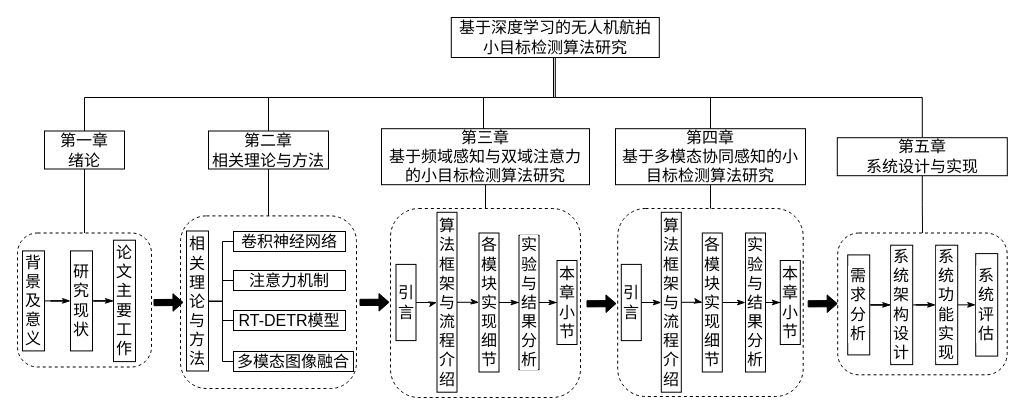
Before: DrawIO_file/毕业论文画图/章节安排结构图.drawio in DingDongZz/typera_PicGO, a draw.io diagram. Source tidied: cells renumbered, new cells numbered last; positions are measured from the earlier drawing's top-left corner, leaving out a move shared by most shapes. Both pictures are drawn from the tidied source at 100%, with x=0, y=0 at pixel (17, 17).
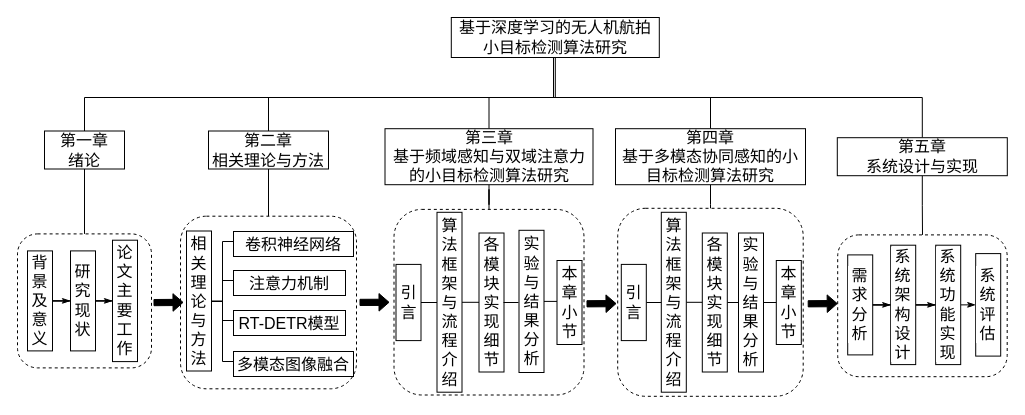
After the change.

Commit message:
更新章节安排结构图.drawio

The change refers to these unchanged cells:
```xml
<mxCell id="7" value="基于深度学习的无人机航拍小目标检测算法研究" style="rounded=0;whiteSpace=wrap;html=1;fontFamily=宋体;fontSize=16;" parent="1" vertex="1">
  <mxGeometry x="433.8" width="208" height="40" as="geometry" />
</mxCell>
```

Change to the diagram source:
```diff
@@
     <mxCell id="3" style="edgeStyle=orthogonalEdgeStyle;shape=connector;rounded=0;jettySize=auto;html=1;entryX=0.5;entryY=0;entryDx=0;entryDy=0;strokeColor=default;align=center;verticalAlign=middle;fontFamily=宋体;fontSize=16;fontColor=default;labelBackgroundColor=default;startFill=0;endArrow=none;" parent="1" edge="1" source="7" target="13">
       <mxGeometry relative="1" as="geometry">
         <Array as="points">
           <mxPoint x="536" y="80" />
-          <mxPoint x="466" y="80" />
-          <mxPoint x="466" y="111" />
+          <mxPoint x="472" y="80" />
+          <mxPoint x="472" y="111" />
         </Array>
       </mxGeometry>
     </mxCell>
@@
     <mxCell id="13" value="第三章&lt;div&gt;&lt;span style=&quot;background-color: rgb(255, 255, 255);&quot;&gt;基于频域感知与双域注意力的小目标检测算法研究&lt;/span&gt;&lt;/div&gt;" style="rounded=0;whiteSpace=wrap;html=1;fontFamily=宋体;fontSize=16;" parent="1" vertex="1">
-      <mxGeometry x="364" y="111.2" width="208" height="56" as="geometry" />
+      <mxGeometry x="367.5" y="111.2" width="208" height="56" as="geometry" />
     </mxCell>
@@
-    <mxCell id="18" style="group;fontFamily=宋体;fontSize=16;" parent="1" vertex="1">
-      <mxGeometry x="820.2" y="215.5" width="169.5" height="141.8" as="geometry" />
-    </mxCell>
-    <mxCell id="19" style="rounded=1;whiteSpace=wrap;html=1;fontFamily=宋体;fontSize=16;labelBackgroundColor=default;fillColor=none;dashed=1;" parent="18" vertex="1">
-      <mxGeometry width="169.5" height="141.8" as="geometry" />
-    </mxCell>
-    <mxCell id="20" style="edgeStyle=orthogonalEdgeStyle;shape=connector;rounded=0;jettySize=auto;html=1;entryX=0;entryY=0.5;entryDx=0;entryDy=0;strokeColor=default;align=center;verticalAlign=middle;fontFamily=宋体;fontSize=16;fontColor=default;labelBackgroundColor=default;startFill=0;endArrow=classicThin;endFill=1;" parent="18" edge="1" source="21" target="23">
-      <mxGeometry relative="1" as="geometry" />
-    </mxCell>
-    <mxCell id="21" value="需求分析" style="rounded=0;whiteSpace=wrap;html=1;fontFamily=宋体;fontSize=16;fontColor=default;labelBackgroundColor=default;horizontal=1;verticalAlign=middle;" parent="18" vertex="1">
-      <mxGeometry x="10" y="21.9" width="22" height="100" as="geometry" />
-    </mxCell>
-    <mxCell id="22" style="edgeStyle=orthogonalEdgeStyle;shape=connector;rounded=0;jettySize=auto;html=1;entryX=0;entryY=0.5;entryDx=0;entryDy=0;strokeColor=default;align=center;verticalAlign=middle;fontFamily=宋体;fontSize=16;fontColor=default;labelBackgroundColor=default;startFill=0;endArrow=classicThin;endFill=1;" parent="18" edge="1" source="23" target="25">
-      <mxGeometry relative="1" as="geometry" />
-    </mxCell>
-    <mxCell id="23" value="系统架构设计" style="rounded=0;whiteSpace=wrap;html=1;fontFamily=宋体;fontSize=16;fontColor=default;labelBackgroundColor=default;horizontal=1;verticalAlign=middle;" parent="18" vertex="1">
-      <mxGeometry x="53" y="12.2" width="22" height="119.4" as="geometry" />
-    </mxCell>
-    <mxCell id="24" style="shape=connector;rounded=0;jettySize=auto;html=1;entryX=0;entryY=0.5;entryDx=0;entryDy=0;strokeColor=default;align=center;verticalAlign=middle;fontFamily=宋体;fontSize=16;fontColor=default;labelBackgroundColor=default;startFill=0;endArrow=classicThin;endFill=1;" parent="18" edge="1" source="25" target="26">
-      <mxGeometry relative="1" as="geometry" />
-    </mxCell>
-    <mxCell id="25" value="系统功能实现" style="rounded=0;whiteSpace=wrap;html=1;fontFamily=宋体;fontSize=16;fontColor=default;labelBackgroundColor=default;horizontal=1;verticalAlign=middle;" parent="18" vertex="1">
-      <mxGeometry x="98" y="12.2" width="22" height="119.4" as="geometry" />
-    </mxCell>
-    <mxCell id="26" value="系统评估" style="rounded=0;whiteSpace=wrap;html=1;fontFamily=宋体;fontSize=16;fontColor=default;labelBackgroundColor=default;horizontal=1;verticalAlign=middle;" parent="18" vertex="1">
-      <mxGeometry x="138" y="20.6" width="22" height="102.5" as="geometry" />
-    </mxCell>
     <mxCell id="27" style="rounded=1;whiteSpace=wrap;html=1;fontFamily=宋体;fontSize=16;labelBackgroundColor=default;fillColor=none;dashed=1;" parent="1" vertex="1">
-      <mxGeometry x="600.2" y="191" width="185.5" height="188" as="geometry" />
+      <mxGeometry x="600.2" y="190.8" width="185.5" height="188" as="geometry" />
     </mxCell>
@@
     <mxCell id="29" value="引言" style="rounded=0;whiteSpace=wrap;html=1;fontFamily=宋体;fontSize=16;fontColor=default;labelBackgroundColor=default;horizontal=1;verticalAlign=middle;" parent="1" vertex="1">
-      <mxGeometry x="603.8" y="246.9" width="20" height="76.2" as="geometry" />
+      <mxGeometry x="603.8" y="246.9" width="25" height="76.2" as="geometry" />
     </mxCell>
@@
     <mxCell id="31" value="&lt;span&gt;算法框架与流程介绍&lt;/span&gt;" style="rounded=0;whiteSpace=wrap;html=1;fontFamily=宋体;fontSize=16;fontColor=default;labelBackgroundColor=default;horizontal=1;verticalAlign=middle;" parent="1" vertex="1">
-      <mxGeometry x="643.8" y="194.8" width="20" height="179.9" as="geometry" />
+      <mxGeometry x="643.8" y="194.8" width="25" height="179.9" as="geometry" />
     </mxCell>
-    <mxCell id="32" style="edgeStyle=orthogonalEdgeStyle;shape=connector;rounded=0;jettySize=auto;html=1;entryX=0;entryY=0.5;entryDx=0;entryDy=0;strokeColor=default;align=center;verticalAlign=middle;fontFamily=宋体;fontSize=16;fontColor=default;labelBackgroundColor=default;startFill=0;endArrow=classicThin;endFill=1;" parent="1" edge="1" source="33" target="34">
+    <mxCell id="32" style="edgeStyle=orthogonalEdgeStyle;shape=connector;rounded=0;jettySize=auto;html=1;entryX=0;entryY=0.5;entryDx=0;entryDy=0;strokeColor=default;align=center;verticalAlign=middle;fontFamily=宋体;fontSize=16;fontColor=default;labelBackgroundColor=default;startFill=0;endArrow=none;endFill=1;" parent="1" edge="1" source="33" target="34">
       <mxGeometry relative="1" as="geometry" />
     </mxCell>
     <mxCell id="33" value="&lt;span&gt;实验与结果分析&lt;/span&gt;" style="rounded=0;whiteSpace=wrap;html=1;fontFamily=宋体;fontSize=16;fontColor=default;labelBackgroundColor=default;horizontal=1;verticalAlign=middle;" parent="1" vertex="1">
-      <mxGeometry x="728" y="215.5" width="20" height="139" as="geometry" />
+      <mxGeometry x="721" y="215.5" width="25" height="139" as="geometry" />
     </mxCell>
     <mxCell id="34" value="&lt;span&gt;本章小节&lt;/span&gt;" style="rounded=0;whiteSpace=wrap;html=1;fontFamily=宋体;fontSize=16;fontColor=default;labelBackgroundColor=default;horizontal=1;verticalAlign=middle;" parent="1" vertex="1">
-      <mxGeometry x="762.8" y="243" width="20" height="84" as="geometry" />
+      <mxGeometry x="758.8" y="243" width="25" height="84" as="geometry" />
     </mxCell>
-    <mxCell id="35" style="edgeStyle=orthogonalEdgeStyle;shape=connector;rounded=0;jettySize=auto;html=1;entryX=0;entryY=0.5;entryDx=0;entryDy=0;strokeColor=default;align=center;verticalAlign=middle;fontFamily=宋体;fontSize=16;fontColor=default;labelBackgroundColor=default;startFill=0;endArrow=classicThin;endFill=1;" parent="1" edge="1" source="36" target="33">
+    <mxCell id="35" style="shape=connector;rounded=0;jettySize=auto;html=1;entryX=0;entryY=0.5;entryDx=0;entryDy=0;strokeColor=default;align=center;verticalAlign=middle;fontFamily=宋体;fontSize=16;fontColor=default;labelBackgroundColor=default;startFill=0;endArrow=none;endFill=1;" parent="1" edge="1" source="36" target="33">
       <mxGeometry relative="1" as="geometry" />
     </mxCell>
     <mxCell id="36" value="各模块实现细节" style="rounded=0;whiteSpace=wrap;html=1;fontFamily=宋体;fontSize=16;fontColor=default;labelBackgroundColor=default;horizontal=1;verticalAlign=middle;" parent="1" vertex="1">
-      <mxGeometry x="684.8" y="215.5" width="20" height="139" as="geometry" />
+      <mxGeometry x="684.8" y="215.5" width="25" height="139" as="geometry" />
     </mxCell>
@@
     <mxCell id="42" value="背景及意义" style="rounded=0;whiteSpace=wrap;html=1;fontFamily=宋体;fontSize=16;fontColor=default;labelBackgroundColor=default;horizontal=1;verticalAlign=middle;" parent="1" vertex="1">
-      <mxGeometry x="5" y="233.4" width="22" height="100" as="geometry" />
+      <mxGeometry x="10" y="233.4" width="25" height="100" as="geometry" />
     </mxCell>
@@
     <mxCell id="44" value="研究现状" style="rounded=0;whiteSpace=wrap;html=1;fontFamily=宋体;fontSize=16;fontColor=default;labelBackgroundColor=default;horizontal=1;verticalAlign=middle;" parent="1" vertex="1">
-      <mxGeometry x="53" y="233.4" width="22" height="100" as="geometry" />
+      <mxGeometry x="53" y="233.4" width="25" height="100" as="geometry" />
     </mxCell>
     <mxCell id="45" value="论文主要工作" style="rounded=0;whiteSpace=wrap;html=1;fontFamily=宋体;fontSize=16;fontColor=default;labelBackgroundColor=default;horizontal=1;verticalAlign=middle;" parent="1" vertex="1">
-      <mxGeometry x="96" y="222.7" width="22" height="121.4" as="geometry" />
+      <mxGeometry x="95" y="222.7" width="25" height="121.4" as="geometry" />
     </mxCell>
     <mxCell id="46" style="rounded=1;whiteSpace=wrap;html=1;fontFamily=宋体;fontSize=16;labelBackgroundColor=default;fillColor=none;dashed=1;" parent="1" vertex="1">
-      <mxGeometry y="215.5" width="134" height="134" as="geometry" />
+      <mxGeometry y="216.4" width="134" height="134" as="geometry" />
     </mxCell>
@@
     <mxCell id="51" value="相关理论与方法" style="rounded=0;whiteSpace=wrap;html=1;fontFamily=宋体;fontSize=16;fontColor=default;labelBackgroundColor=default;horizontal=1;verticalAlign=middle;" parent="1" vertex="1">
-      <mxGeometry x="169" y="213.5" width="22" height="140" as="geometry" />
+      <mxGeometry x="169" y="213.5" width="25" height="140" as="geometry" />
     </mxCell>
     <mxCell id="52" value="卷积神经网络" style="rounded=0;whiteSpace=wrap;html=1;fontFamily=宋体;fontSize=16;fontColor=default;labelBackgroundColor=default;" parent="1" vertex="1">
-      <mxGeometry x="216" y="214" width="112" height="20" as="geometry" />
+      <mxGeometry x="216" y="214" width="120" height="25" as="geometry" />
     </mxCell>
     <mxCell id="53" value="注意力机制" style="rounded=0;whiteSpace=wrap;html=1;fontFamily=宋体;fontSize=16;fontColor=default;labelBackgroundColor=default;" parent="1" vertex="1">
-      <mxGeometry x="216" y="253" width="112" height="20" as="geometry" />
+      <mxGeometry x="216" y="253" width="112" height="25" as="geometry" />
     </mxCell>
     <mxCell id="54" value="RT-DETR模型" style="rounded=0;whiteSpace=wrap;html=1;fontFamily=宋体;fontSize=16;fontColor=default;labelBackgroundColor=default;" parent="1" vertex="1">
-      <mxGeometry x="216" y="293" width="112" height="20" as="geometry" />
+      <mxGeometry x="216" y="293" width="112" height="25" as="geometry" />
     </mxCell>
     <mxCell id="55" value="多模态图像融合" style="rounded=0;whiteSpace=wrap;html=1;fontFamily=宋体;fontSize=16;fontColor=default;labelBackgroundColor=default;" parent="1" vertex="1">
-      <mxGeometry x="216" y="334" width="120" height="20" as="geometry" />
+      <mxGeometry x="216" y="334" width="120" height="25" as="geometry" />
     </mxCell>
@@
     <mxCell id="57" style="rounded=1;whiteSpace=wrap;html=1;fontFamily=宋体;fontSize=16;labelBackgroundColor=default;fillColor=none;dashed=1;" parent="1" vertex="1">
-      <mxGeometry x="163" y="198.4" width="176" height="172.6" as="geometry" />
+      <mxGeometry x="163" y="198.7" width="176" height="172.6" as="geometry" />
     </mxCell>
     <mxCell id="58" style="rounded=1;whiteSpace=wrap;html=1;fontFamily=宋体;fontSize=16;labelBackgroundColor=default;fillColor=none;dashed=1;" parent="1" vertex="1">
-      <mxGeometry x="373" y="191" width="190" height="189" as="geometry" />
+      <mxGeometry x="376.5" y="191.9" width="190" height="185.6" as="geometry" />
     </mxCell>
@@
     <mxCell id="60" value="引言" style="rounded=0;whiteSpace=wrap;html=1;fontFamily=宋体;fontSize=16;fontColor=default;labelBackgroundColor=default;horizontal=1;verticalAlign=middle;" parent="1" vertex="1">
-      <mxGeometry x="378.5" y="246.9" width="20" height="76.2" as="geometry" />
+      <mxGeometry x="378.5" y="246.9" width="25" height="76.2" as="geometry" />
     </mxCell>
@@
     <mxCell id="62" value="&lt;span&gt;算法框架与流程介绍&lt;/span&gt;" style="rounded=0;whiteSpace=wrap;html=1;fontFamily=宋体;fontSize=16;fontColor=default;labelBackgroundColor=default;horizontal=1;verticalAlign=middle;" parent="1" vertex="1">
-      <mxGeometry x="419.5" y="194.8" width="20" height="179.9" as="geometry" />
+      <mxGeometry x="419.5" y="194.8" width="25" height="179.9" as="geometry" />
     </mxCell>
@@
     <mxCell id="64" value="&lt;span&gt;实验与结果分析&lt;/span&gt;" style="rounded=0;whiteSpace=wrap;html=1;fontFamily=宋体;fontSize=16;fontColor=default;labelBackgroundColor=default;horizontal=1;verticalAlign=middle;" parent="1" vertex="1">
-      <mxGeometry x="501.5" y="217.8" width="20" height="134.4" as="geometry" />
+      <mxGeometry x="501.5" y="212.8" width="25" height="142.2" as="geometry" />
     </mxCell>
     <mxCell id="65" value="&lt;span&gt;本章小节&lt;/span&gt;" style="rounded=0;whiteSpace=wrap;html=1;fontFamily=宋体;fontSize=16;fontColor=default;labelBackgroundColor=default;horizontal=1;verticalAlign=middle;" parent="1" vertex="1">
-      <mxGeometry x="539.5" y="243" width="20" height="84" as="geometry" />
+      <mxGeometry x="539.5" y="243" width="25" height="84" as="geometry" />
     </mxCell>
-    <mxCell id="66" style="edgeStyle=orthogonalEdgeStyle;shape=connector;rounded=0;jettySize=auto;html=1;entryX=0;entryY=0.5;entryDx=0;entryDy=0;strokeColor=default;align=center;verticalAlign=middle;fontFamily=宋体;fontSize=16;fontColor=default;labelBackgroundColor=default;startFill=0;endArrow=classicThin;endFill=1;" parent="1" edge="1" source="67" target="64">
-      <mxGeometry relative="1" as="geometry" />
-    </mxCell>
     <mxCell id="67" value="各模块实现细节" style="rounded=0;whiteSpace=wrap;html=1;fontFamily=宋体;fontSize=16;fontColor=default;labelBackgroundColor=default;horizontal=1;verticalAlign=middle;" parent="1" vertex="1">
-      <mxGeometry x="461.5" y="215.5" width="20" height="139" as="geometry" />
+      <mxGeometry x="461.5" y="215.5" width="25" height="139" as="geometry" />
     </mxCell>
+    <mxCell id="19" style="rounded=1;whiteSpace=wrap;html=1;fontFamily=宋体;fontSize=16;labelBackgroundColor=default;fillColor=none;dashed=1;" parent="1" vertex="1">
+      <mxGeometry x="820.2" y="217.4" width="169.5" height="141.8" as="geometry" />
+    </mxCell>
+    <mxCell id="20" style="edgeStyle=orthogonalEdgeStyle;shape=connector;rounded=0;jettySize=auto;html=1;entryX=0;entryY=0.5;entryDx=0;entryDy=0;strokeColor=default;align=center;verticalAlign=middle;fontFamily=宋体;fontSize=16;fontColor=default;labelBackgroundColor=default;startFill=0;endArrow=classicThin;endFill=1;" parent="1" edge="1" source="21" target="23">
+      <mxGeometry relative="1" as="geometry" />
+    </mxCell>
+    <mxCell id="21" value="需求分析" style="rounded=0;whiteSpace=wrap;html=1;fontFamily=宋体;fontSize=16;fontColor=default;labelBackgroundColor=default;horizontal=1;verticalAlign=middle;" parent="1" vertex="1">
+      <mxGeometry x="830.2" y="237.4" width="25" height="100" as="geometry" />
+    </mxCell>
+    <mxCell id="22" style="edgeStyle=orthogonalEdgeStyle;shape=connector;rounded=0;jettySize=auto;html=1;entryX=0;entryY=0.5;entryDx=0;entryDy=0;strokeColor=default;align=center;verticalAlign=middle;fontFamily=宋体;fontSize=16;fontColor=default;labelBackgroundColor=default;startFill=0;endArrow=classicThin;endFill=1;" parent="1" edge="1" source="23" target="25">
+      <mxGeometry relative="1" as="geometry" />
+    </mxCell>
+    <mxCell id="23" value="系统架构设计" style="rounded=0;whiteSpace=wrap;html=1;fontFamily=宋体;fontSize=16;fontColor=default;labelBackgroundColor=default;horizontal=1;verticalAlign=middle;" parent="1" vertex="1">
+      <mxGeometry x="873.2" y="227.7" width="25" height="119.4" as="geometry" />
+    </mxCell>
+    <mxCell id="24" style="shape=connector;rounded=0;jettySize=auto;html=1;entryX=0;entryY=0.5;entryDx=0;entryDy=0;strokeColor=default;align=center;verticalAlign=middle;fontFamily=宋体;fontSize=16;fontColor=default;labelBackgroundColor=default;startFill=0;endArrow=classicThin;endFill=1;" parent="1" edge="1" source="25" target="26">
+      <mxGeometry relative="1" as="geometry" />
+    </mxCell>
+    <mxCell id="25" value="系统功能实现" style="rounded=0;whiteSpace=wrap;html=1;fontFamily=宋体;fontSize=16;fontColor=default;labelBackgroundColor=default;horizontal=1;verticalAlign=middle;" parent="1" vertex="1">
+      <mxGeometry x="918.2" y="227.7" width="25" height="119.4" as="geometry" />
+    </mxCell>
+    <mxCell id="26" value="系统评估" style="rounded=0;whiteSpace=wrap;html=1;fontFamily=宋体;fontSize=16;fontColor=default;labelBackgroundColor=default;horizontal=1;verticalAlign=middle;" parent="1" vertex="1">
+      <mxGeometry x="958.2" y="236.1" width="25" height="102.5" as="geometry" />
+    </mxCell>
+    <mxCell id="68" style="edgeStyle=orthogonalEdgeStyle;shape=connector;rounded=0;orthogonalLoop=1;jettySize=auto;html=1;entryX=0;entryY=0.5;entryDx=0;entryDy=0;strokeColor=default;align=center;verticalAlign=middle;fontFamily=宋体;fontSize=16;fontColor=default;labelBackgroundColor=default;startFill=0;endArrow=none;endFill=1;" parent="1" edge="1">
+      <mxGeometry relative="1" as="geometry">
+        <mxPoint x="486" y="285" as="sourcePoint" />
+        <mxPoint x="501" y="285" as="targetPoint" />
+      </mxGeometry>
+    </mxCell>
```
